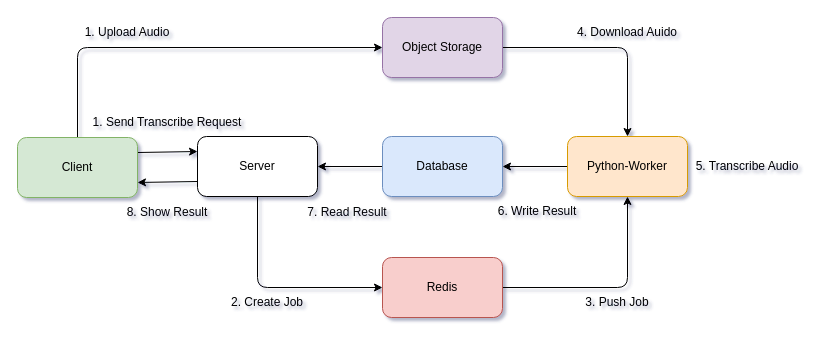
Above: UML/system-flow.drawio in MIRX562/skriptor-docs (draw.io), before the change. Source tidied: cells renumbered, new cells numbered last; positions are measured from the earlier drawing's top-left corner, leaving out a move shared by most shapes. Both pictures are drawn from the tidied source at 100%, with x=0, y=0 at pixel (17, 17).
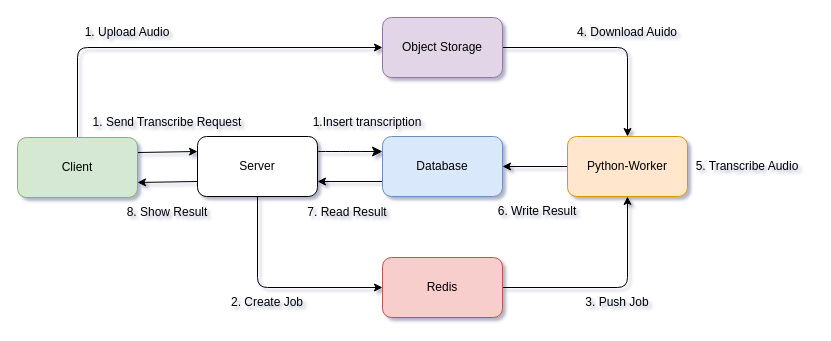
After the change.

The change refers to these unchanged cells:
```xml
<mxCell id="4" value="Server" style="rounded=1;whiteSpace=wrap;html=1;" parent="1" vertex="1">
  <mxGeometry x="180" y="119" width="120" height="60" as="geometry" />
</mxCell>
<mxCell id="6" value="Database" style="rounded=1;whiteSpace=wrap;html=1;fillColor=#dae8fc;strokeColor=#6c8ebf;" parent="1" vertex="1">
  <mxGeometry x="365" y="119" width="120" height="60" as="geometry" />
</mxCell>
```

What changed in the source:
```diff
@@
+    <mxCell id="25" style="edgeStyle=none;curved=1;rounded=0;jettySize=auto;html=1;entryX=0;entryY=0.25;entryDx=0;entryDy=0;fontSize=12;startSize=8;endSize=8;exitX=1;exitY=0.25;exitDx=0;exitDy=0;" parent="1" edge="1" source="4" target="6">
+      <mxGeometry relative="1" as="geometry" />
+    </mxCell>
@@
-    <mxCell id="5" style="edgeStyle=none;html=1;exitX=0;exitY=0.5;exitDx=0;exitDy=0;entryX=1;entryY=0.5;entryDx=0;entryDy=0;startArrow=none;startFill=0;" parent="1" edge="1" source="6" target="4">
+    <mxCell id="5" style="edgeStyle=none;html=1;exitX=0;exitY=0.75;exitDx=0;exitDy=0;entryX=1;entryY=0.75;entryDx=0;entryDy=0;startArrow=none;startFill=0;" parent="1" edge="1" source="6" target="4">
       <mxGeometry relative="1" as="geometry" />
     </mxCell>
@@
+    <mxCell id="26" value="1.Insert transcription" style="text;strokeColor=none;align=center;fillColor=none;html=1;verticalAlign=middle;whiteSpace=wrap;rounded=0;" parent="1" vertex="1">
+      <mxGeometry x="280" y="90" width="140" height="30" as="geometry" />
+    </mxCell>
```
